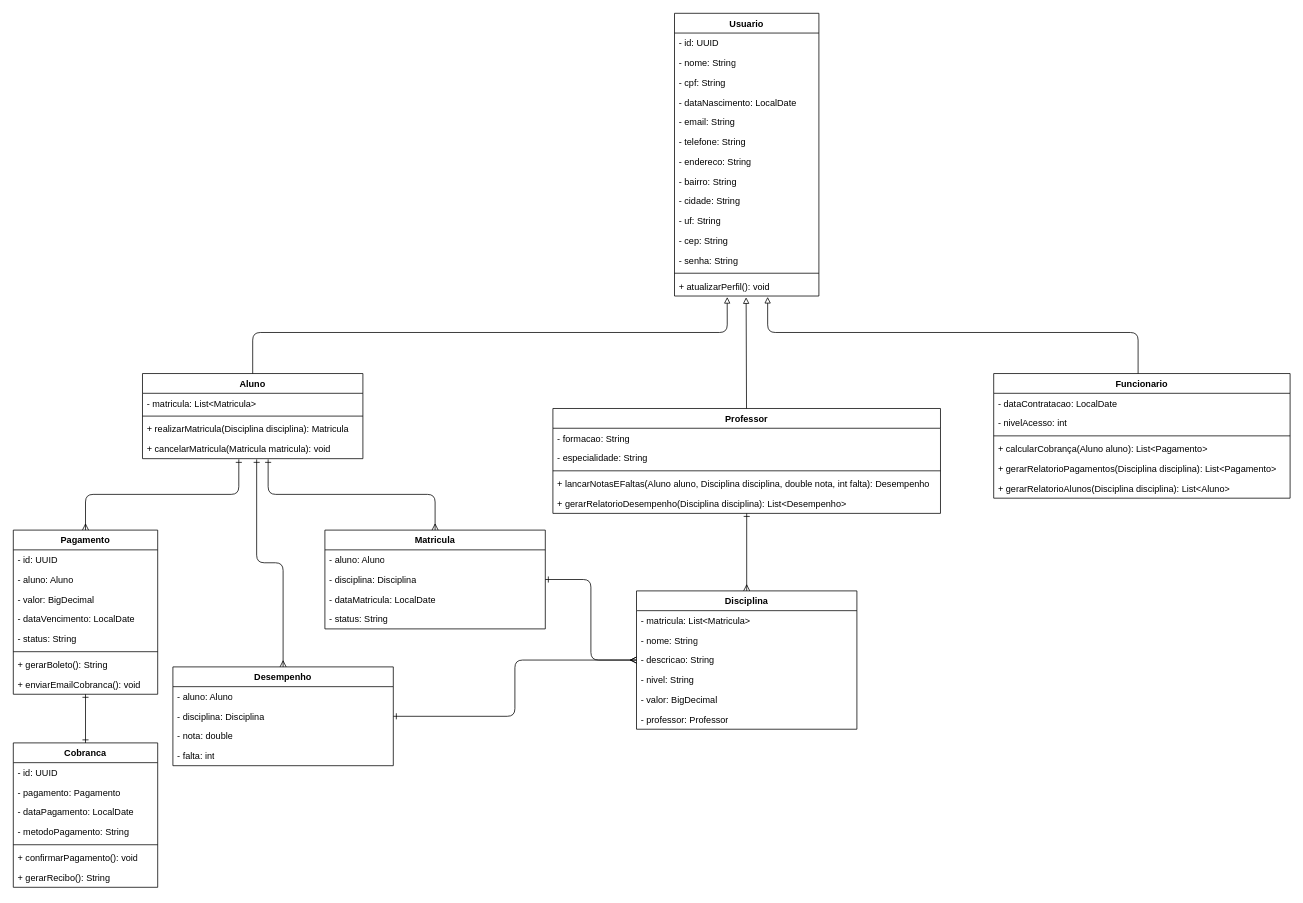
Above: edugo_tcc/src/main/java/com/edugo/edugo_tcc/diagramas/diagramas.drawio in ricajust/monolito (draw.io), before the change. Source tidied: cells renumbered, new cells numbered last; positions are measured from the earlier drawing's top-left corner, leaving out a move shared by most shapes. Both pictures are drawn from the tidied source at 76%, with x=0, y=0 at pixel (13, 13).
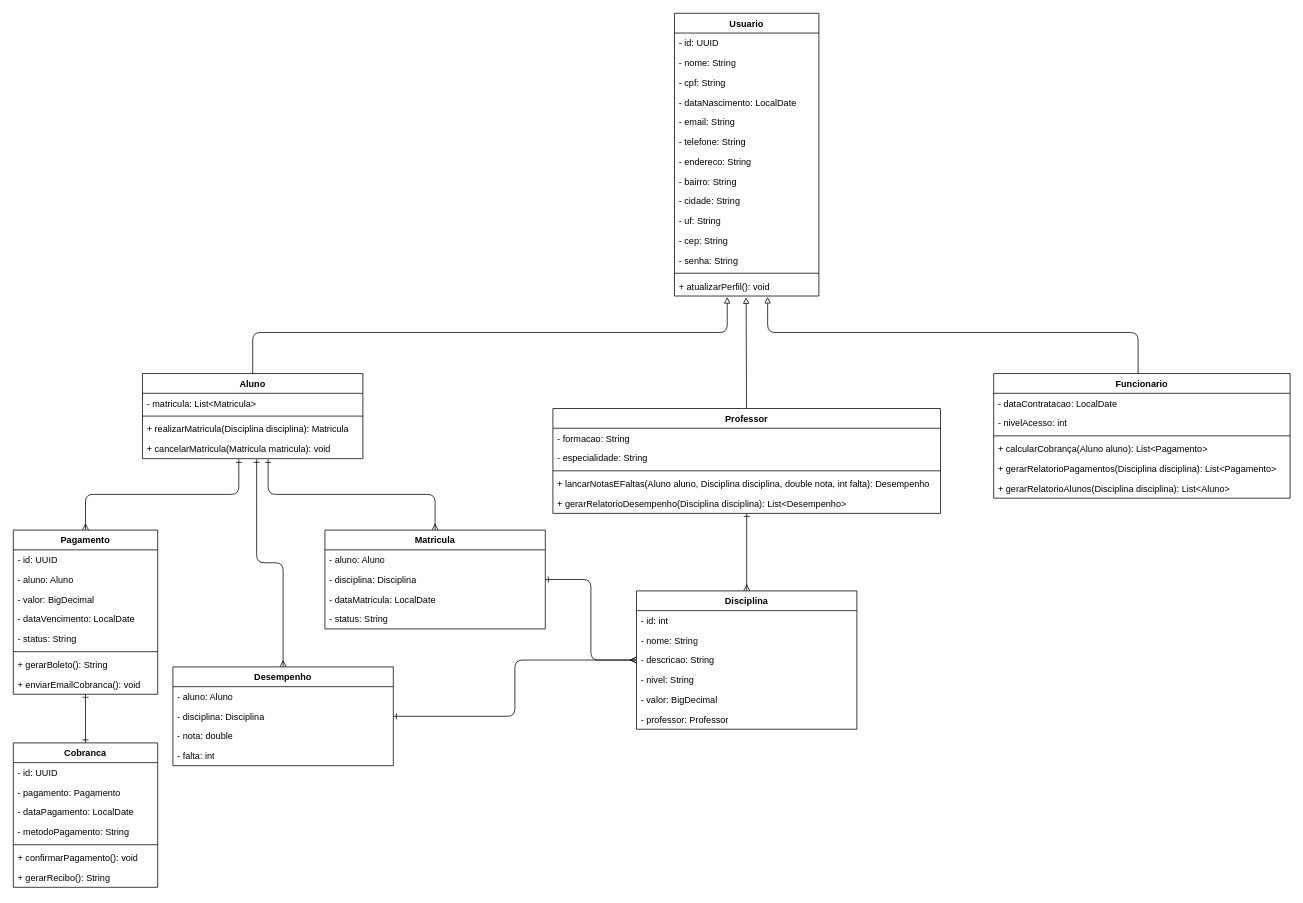
The same page after the edit.

Commit message:
feat: ajuste do diagrama Disciplina

Unchanged cells that the change refers to:
```xml
<mxCell id="36" value="Disciplina" style="swimlane;fontStyle=1;align=center;verticalAlign=top;horizontal=1;startSize=26;whiteSpace=wrap;html=1;" parent="1" vertex="1">
  <mxGeometry x="820" y="760" width="290" height="182" as="geometry" />
</mxCell>
```

What changed in the source:
```diff
@@
-    <mxCell id="37" value="- matricula: List&amp;lt;Matricula&amp;gt;" style="text;strokeColor=none;fillColor=none;align=left;verticalAlign=top;spacingLeft=4;spacingRight=4;overflow=hidden;whiteSpace=wrap;html=1;" parent="36" vertex="1">
+    <mxCell id="37" value="- id: int" style="text;strokeColor=none;fillColor=none;align=left;verticalAlign=top;spacingLeft=4;spacingRight=4;overflow=hidden;whiteSpace=wrap;html=1;" parent="36" vertex="1">
       <mxGeometry y="26" width="290" height="26" as="geometry" />
     </mxCell>
```
